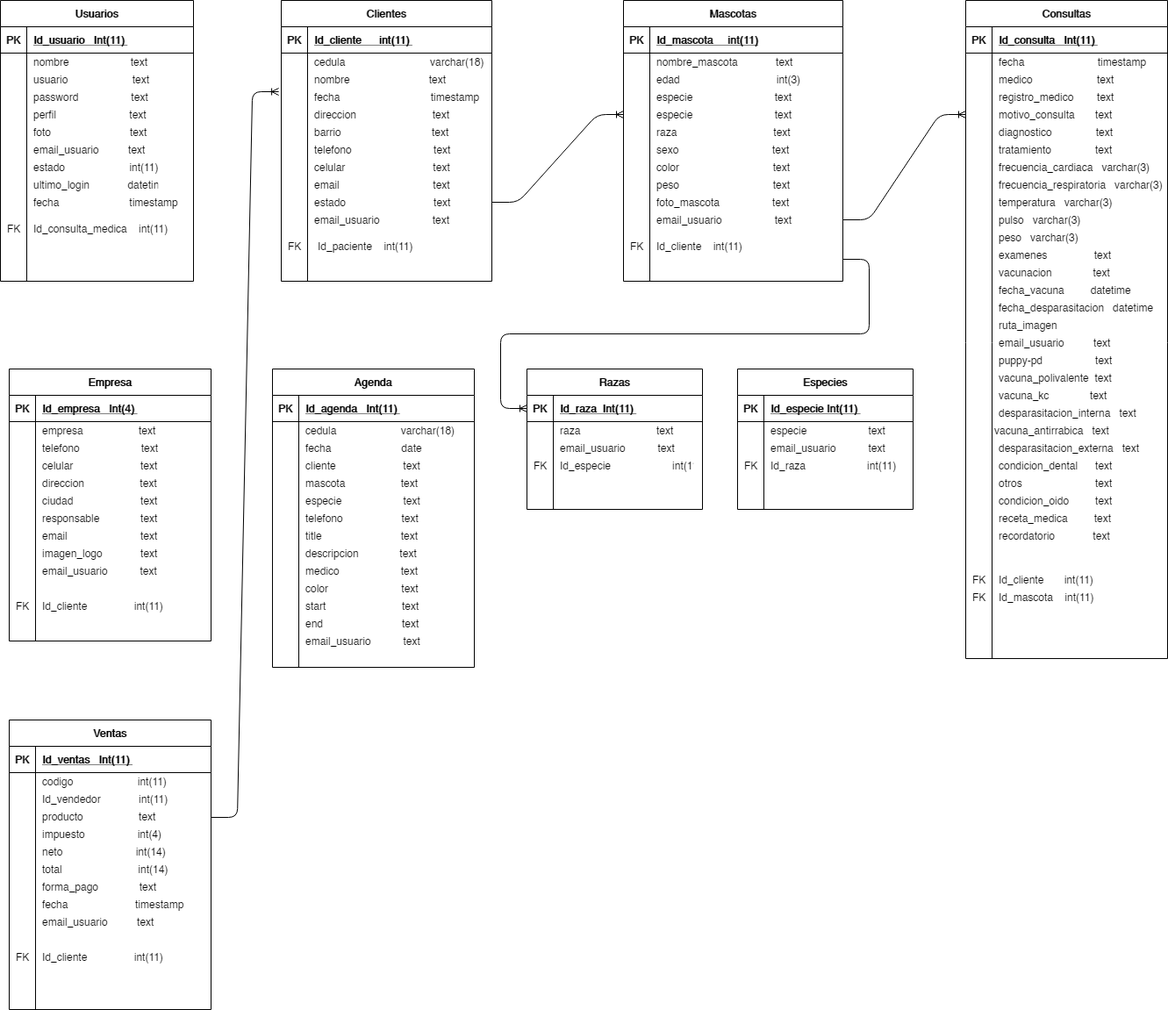
The draw.io diagram Untitled Diagram.png in heberthm/ejemplos-blog, before a commit. Source tidied: cells renumbered, new cells last; positions are measured from the earlier drawing's top-left corner, leaving out a move shared by most shapes.
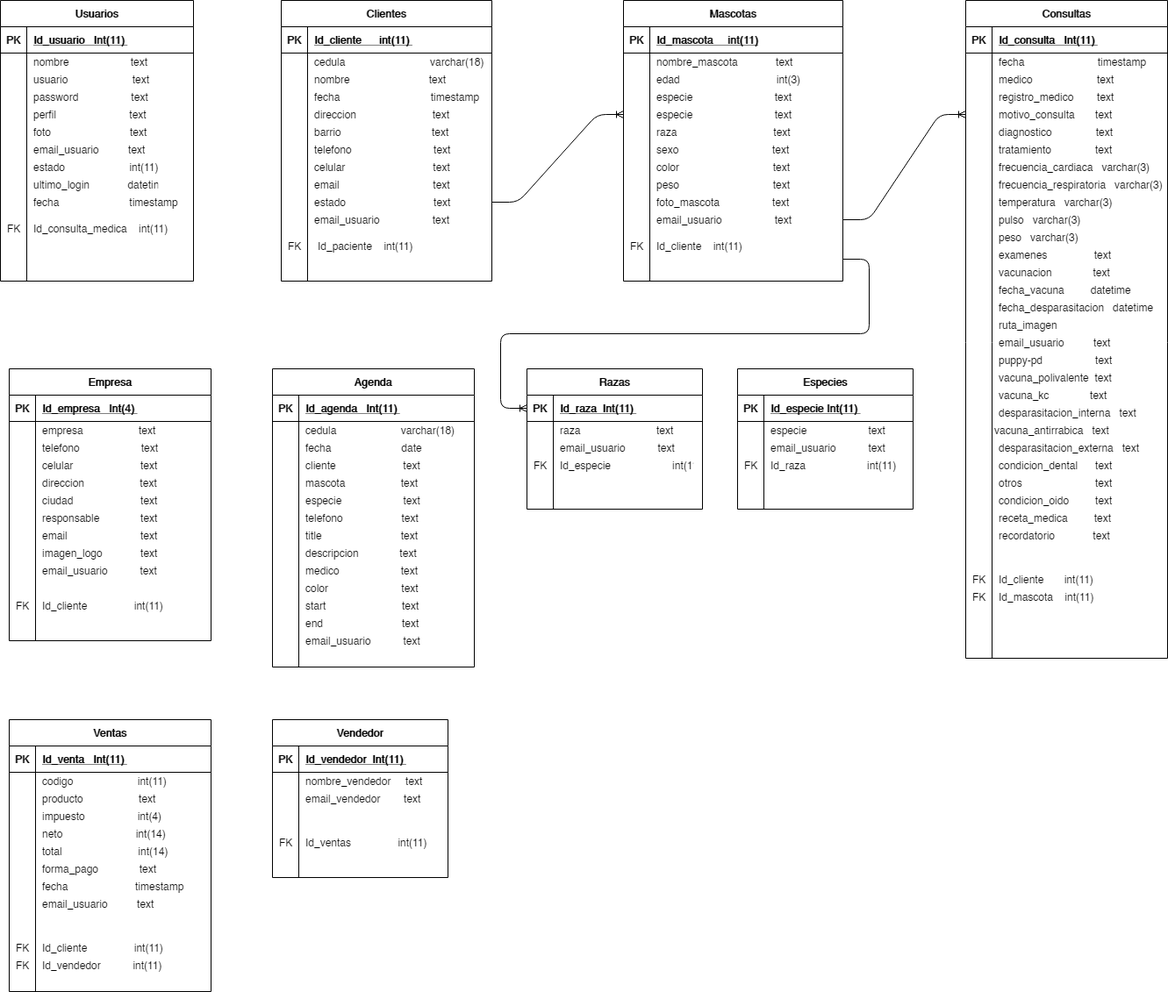
Later version of the same file.

What changed in the source:
```diff
@@ -728,7 +728,7 @@
       <mxGeometry x="600" y="520" width="35" height="20" as="geometry" />
     </mxCell>
     <mxCell id="243" value="Ventas" style="shape=table;startSize=30;rowLines=0;fontStyle=1;align=center;" parent="1" vertex="1">
-      <mxGeometry x="10" y="820" width="230" height="330" as="geometry" />
+      <mxGeometry x="10" y="820" width="230" height="310" as="geometry" />
     </mxCell>
     <mxCell id="244" style="shape=partialRectangle;fillColor=none;top=0;left=0;bottom=1;right=0;" parent="243" vertex="1">
       <mxGeometry y="30" width="230" height="30" as="geometry" />
@@ -736,7 +736,7 @@
     <mxCell id="245" value="PK" style="shape=partialRectangle;fillColor=none;top=0;left=0;bottom=0;right=0;fontStyle=1;overflow=hidden;" parent="244" vertex="1">
       <mxGeometry width="30" height="30" as="geometry" />
     </mxCell>
-    <mxCell id="246" value="Id_ventas   Int(11) " style="shape=partialRectangle;fillColor=none;top=0;left=0;bottom=0;right=0;align=left;spacingLeft=6;fontStyle=5;overflow=hidden;" parent="244" vertex="1">
+    <mxCell id="246" value="Id_venta   Int(11) " style="shape=partialRectangle;fillColor=none;top=0;left=0;bottom=0;right=0;align=left;spacingLeft=6;fontStyle=5;overflow=hidden;" parent="244" vertex="1">
       <mxGeometry x="30" width="200" height="30" as="geometry" />
     </mxCell>
     <mxCell id="247" style="shape=partialRectangle;fillColor=none;top=0;left=0;bottom=0;right=0;" parent="243" vertex="1">
@@ -748,17 +748,8 @@
     <mxCell id="249" value="codigo                      int(11)" style="shape=partialRectangle;fillColor=none;top=0;left=0;bottom=0;right=0;align=left;spacingLeft=6;overflow=hidden;" parent="247" vertex="1">
       <mxGeometry x="30" width="200" height="20" as="geometry" />
     </mxCell>
-    <mxCell id="250" style="shape=partialRectangle;fillColor=none;top=0;left=0;bottom=0;right=0;" parent="243" vertex="1">
-      <mxGeometry y="80" width="230" height="20" as="geometry" />
-    </mxCell>
-    <mxCell id="251" style="shape=partialRectangle;fillColor=none;top=0;left=0;bottom=0;right=0;overflow=hidden;" parent="250" vertex="1">
-      <mxGeometry width="30" height="20" as="geometry" />
-    </mxCell>
-    <mxCell id="252" value="Id_vendedor             int(11)" style="shape=partialRectangle;fillColor=none;top=0;left=0;bottom=0;right=0;align=left;spacingLeft=6;overflow=hidden;" parent="250" vertex="1">
-      <mxGeometry x="30" width="200" height="20" as="geometry" />
-    </mxCell>
     <mxCell id="253" style="shape=partialRectangle;fillColor=none;top=0;left=0;bottom=0;right=0;" parent="243" vertex="1">
-      <mxGeometry y="100" width="230" height="20" as="geometry" />
+      <mxGeometry y="80" width="230" height="20" as="geometry" />
     </mxCell>
     <mxCell id="254" style="shape=partialRectangle;fillColor=none;top=0;left=0;bottom=0;right=0;overflow=hidden;" parent="253" vertex="1">
       <mxGeometry width="30" height="20" as="geometry" />
@@ -767,7 +758,7 @@
       <mxGeometry x="30" width="200" height="20" as="geometry" />
     </mxCell>
     <mxCell id="256" style="shape=partialRectangle;fillColor=none;top=0;left=0;bottom=0;right=0;" parent="243" vertex="1">
-      <mxGeometry y="120" width="230" height="20" as="geometry" />
+      <mxGeometry y="100" width="230" height="20" as="geometry" />
     </mxCell>
     <mxCell id="257" style="shape=partialRectangle;fillColor=none;top=0;left=0;bottom=0;right=0;overflow=hidden;" parent="256" vertex="1">
       <mxGeometry width="30" height="20" as="geometry" />
@@ -776,7 +767,7 @@
       <mxGeometry x="30" width="200" height="20" as="geometry" />
     </mxCell>
     <mxCell id="259" style="shape=partialRectangle;fillColor=none;top=0;left=0;bottom=0;right=0;" parent="243" vertex="1">
-      <mxGeometry y="140" width="230" height="20" as="geometry" />
+      <mxGeometry y="120" width="230" height="20" as="geometry" />
     </mxCell>
     <mxCell id="260" style="shape=partialRectangle;fillColor=none;top=0;left=0;bottom=0;right=0;overflow=hidden;" parent="259" vertex="1">
       <mxGeometry width="30" height="20" as="geometry" />
@@ -785,7 +776,7 @@
       <mxGeometry x="30" width="200" height="20" as="geometry" />
     </mxCell>
     <mxCell id="262" style="shape=partialRectangle;fillColor=none;top=0;left=0;bottom=0;right=0;" parent="243" vertex="1">
-      <mxGeometry y="160" width="230" height="20" as="geometry" />
+      <mxGeometry y="140" width="230" height="20" as="geometry" />
     </mxCell>
     <mxCell id="263" style="shape=partialRectangle;fillColor=none;top=0;left=0;bottom=0;right=0;overflow=hidden;" parent="262" vertex="1">
       <mxGeometry width="30" height="20" as="geometry" />
@@ -794,7 +785,7 @@
       <mxGeometry x="30" width="200" height="20" as="geometry" />
     </mxCell>
     <mxCell id="265" style="shape=partialRectangle;fillColor=none;top=0;left=0;bottom=0;right=0;" parent="243" vertex="1">
-      <mxGeometry y="180" width="230" height="20" as="geometry" />
+      <mxGeometry y="160" width="230" height="20" as="geometry" />
     </mxCell>
     <mxCell id="266" style="shape=partialRectangle;fillColor=none;top=0;left=0;bottom=0;right=0;overflow=hidden;" parent="265" vertex="1">
       <mxGeometry width="30" height="20" as="geometry" />
@@ -803,7 +794,7 @@
       <mxGeometry x="30" width="200" height="20" as="geometry" />
     </mxCell>
     <mxCell id="268" style="shape=partialRectangle;fillColor=none;top=0;left=0;bottom=0;right=0;" parent="243" vertex="1">
-      <mxGeometry y="200" width="230" height="20" as="geometry" />
+      <mxGeometry y="180" width="230" height="20" as="geometry" />
     </mxCell>
     <mxCell id="269" style="shape=partialRectangle;fillColor=none;top=0;left=0;bottom=0;right=0;overflow=hidden;" parent="268" vertex="1">
       <mxGeometry width="30" height="20" as="geometry" />
@@ -812,7 +803,7 @@
       <mxGeometry x="30" width="200" height="20" as="geometry" />
     </mxCell>
     <mxCell id="271" style="shape=partialRectangle;fillColor=none;top=0;left=0;bottom=0;right=0;" parent="243" vertex="1">
-      <mxGeometry y="220" width="230" height="20" as="geometry" />
+      <mxGeometry y="200" width="230" height="20" as="geometry" />
     </mxCell>
     <mxCell id="272" style="shape=partialRectangle;fillColor=none;top=0;left=0;bottom=0;right=0;overflow=hidden;" parent="271" vertex="1">
       <mxGeometry width="30" height="20" as="geometry" />
@@ -826,16 +817,53 @@
     <mxCell id="275" value="FK" style="shape=partialRectangle;fillColor=none;top=0;left=0;bottom=0;right=0;align=left;spacingLeft=6;overflow=hidden;" parent="1" vertex="1">
       <mxGeometry x="10" y="680" width="40" height="20" as="geometry" />
     </mxCell>
-    <mxCell id="276" style="edgeStyle=entityRelationEdgeStyle;fontSize=12;html=1;endArrow=ERoneToMany;entryX=-0.012;entryY=1.2;entryDx=0;entryDy=0;entryPerimeter=0;exitX=1;exitY=0.55;exitDx=0;exitDy=0;exitPerimeter=0;" parent="1" edge="1" target="68">
-      <mxGeometry relative="1" as="geometry">
-        <mxPoint x="240" y="931" as="sourcePoint" />
-      </mxGeometry>
-    </mxCell>
     <mxCell id="277" value="FK" style="shape=partialRectangle;fillColor=none;top=0;left=0;bottom=0;right=0;align=left;spacingLeft=6;overflow=hidden;" parent="1" vertex="1">
-      <mxGeometry x="10" y="1080" width="40" height="20" as="geometry" />
+      <mxGeometry x="10" y="1070" width="40" height="20" as="geometry" />
     </mxCell>
     <mxCell id="278" value="Id_cliente                int(11)" style="shape=partialRectangle;overflow=hidden;fillColor=none;top=0;left=0;bottom=0;right=0;align=left;spacingLeft=6;" parent="1" vertex="1">
-      <mxGeometry x="40" y="1080" width="210" height="20" as="geometry" />
+      <mxGeometry x="40" y="1070" width="210" height="20" as="geometry" />
     </mxCell>
+    <mxCell id="252" value="Id_vendedor           int(11)" style="shape=partialRectangle;overflow=hidden;fillColor=none;top=0;left=0;bottom=0;right=0;align=left;spacingLeft=6;" parent="1" vertex="1">
+      <mxGeometry x="40" y="1090" width="210" height="20" as="geometry" />
+    </mxCell>
+    <mxCell id="279" value="FK" style="shape=partialRectangle;fillColor=none;top=0;left=0;bottom=0;right=0;align=left;spacingLeft=6;overflow=hidden;" parent="1" vertex="1">
+      <mxGeometry x="10" y="1090" width="40" height="20" as="geometry" />
+    </mxCell>
+    <mxCell id="280" value="Vendedor" style="shape=table;startSize=30;rowLines=0;fontStyle=1;align=center;" parent="1" vertex="1">
+      <mxGeometry x="310" y="820" width="200" height="180" as="geometry" />
+    </mxCell>
+    <mxCell id="281" style="shape=partialRectangle;fillColor=none;top=0;left=0;bottom=1;right=0;" parent="280" vertex="1">
+      <mxGeometry y="30" width="200" height="30" as="geometry" />
+    </mxCell>
+    <mxCell id="282" value="PK" style="shape=partialRectangle;fillColor=none;top=0;left=0;bottom=0;right=0;fontStyle=1;overflow=hidden;" parent="281" vertex="1">
+      <mxGeometry width="30" height="30" as="geometry" />
+    </mxCell>
+    <mxCell id="283" value="Id_vendedor  Int(11) " style="shape=partialRectangle;fillColor=none;top=0;left=0;bottom=0;right=0;align=left;spacingLeft=6;fontStyle=5;overflow=hidden;" parent="281" vertex="1">
+      <mxGeometry x="30" width="170" height="30" as="geometry" />
+    </mxCell>
+    <mxCell id="284" style="shape=partialRectangle;fillColor=none;top=0;left=0;bottom=0;right=0;" parent="280" vertex="1">
+      <mxGeometry y="60" width="200" height="20" as="geometry" />
+    </mxCell>
+    <mxCell id="285" style="shape=partialRectangle;fillColor=none;top=0;left=0;bottom=0;right=0;overflow=hidden;" parent="284" vertex="1">
+      <mxGeometry width="30" height="20" as="geometry" />
+    </mxCell>
+    <mxCell id="286" value="nombre_vendedor     text" style="shape=partialRectangle;fillColor=none;top=0;left=0;bottom=0;right=0;align=left;spacingLeft=6;overflow=hidden;" parent="284" vertex="1">
+      <mxGeometry x="30" width="170" height="20" as="geometry" />
+    </mxCell>
+    <mxCell id="287" style="shape=partialRectangle;fillColor=none;top=0;left=0;bottom=0;right=0;" parent="280" vertex="1">
+      <mxGeometry y="80" width="200" height="20" as="geometry" />
+    </mxCell>
+    <mxCell id="288" style="shape=partialRectangle;fillColor=none;top=0;left=0;bottom=0;right=0;overflow=hidden;" parent="287" vertex="1">
+      <mxGeometry width="30" height="20" as="geometry" />
+    </mxCell>
+    <mxCell id="289" value="email_vendedor        text" style="shape=partialRectangle;fillColor=none;top=0;left=0;bottom=0;right=0;align=left;spacingLeft=6;overflow=hidden;" parent="287" vertex="1">
+      <mxGeometry x="30" width="170" height="20" as="geometry" />
+    </mxCell>
+    <mxCell id="290" value="Id_ventas                int(11)" style="shape=partialRectangle;overflow=hidden;fillColor=none;top=0;left=0;bottom=0;right=0;align=left;spacingLeft=6;" parent="1" vertex="1">
+      <mxGeometry x="340" y="950" width="210" height="20" as="geometry" />
+    </mxCell>
+    <mxCell id="291" value="FK" style="shape=partialRectangle;fillColor=none;top=0;left=0;bottom=0;right=0;align=left;spacingLeft=6;overflow=hidden;" parent="1" vertex="1">
+      <mxGeometry x="310" y="950" width="40" height="20" as="geometry" />
+    </mxCell>
   </root>
 </mxGraphModel>
```
